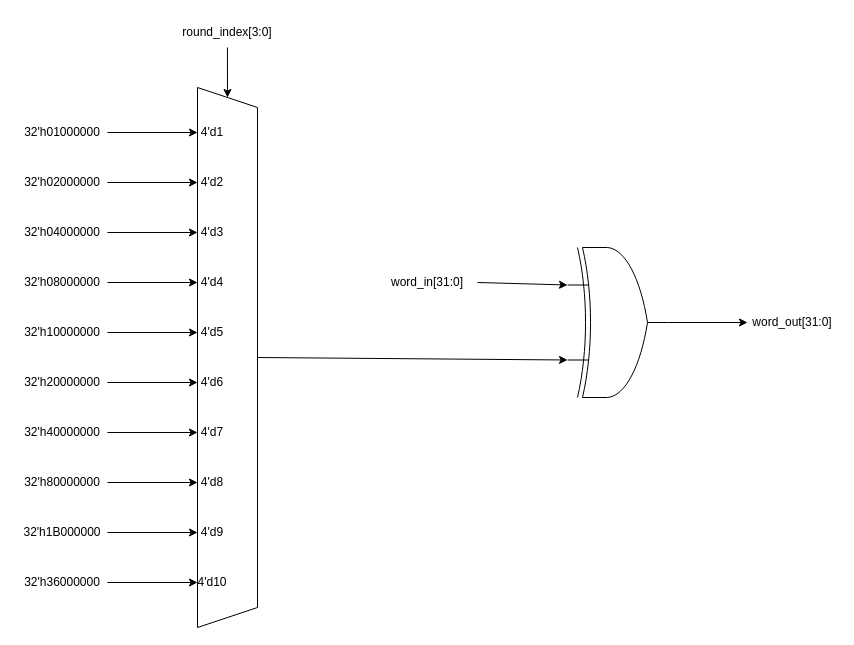
This is diagram/drawio/AddRcon Low.drawio from LQLManZz/AES128-Verilog, a draw.io file, before an edit. Source tidied: cells renumbered, new cells numbered last; positions are measured from the earlier drawing's top-left corner, leaving out a move shared by most shapes. Both pictures are drawn from the tidied source at 100%, with x=0, y=0 at pixel (-43, 17).
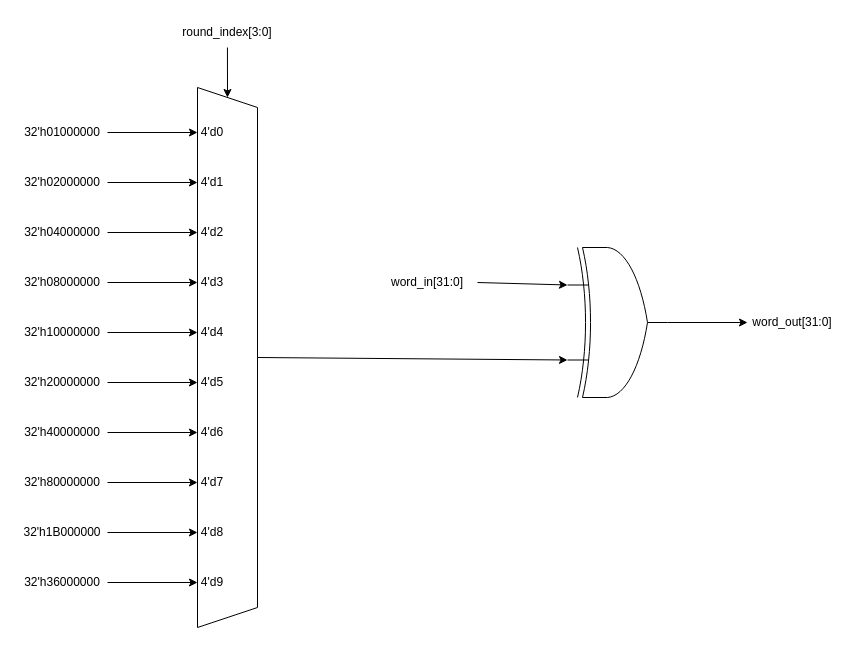
The same page after the edit.

Unchanged cells that the change refers to:
```xml
<mxCell id="6" style="group;" parent="1" vertex="1">
  <mxGeometry x="240" y="70" width="60" height="540" as="geometry" />
</mxCell>
```

Change to the diagram source:
```diff
@@
-    <mxCell id="8" value="4'd1" style="text;html=1;whiteSpace=wrap;strokeColor=none;fillColor=none;align=center;verticalAlign=middle;rounded=0;" parent="6" vertex="1">
+    <mxCell id="8" value="4'd0" style="text;html=1;whiteSpace=wrap;strokeColor=none;fillColor=none;align=center;verticalAlign=middle;rounded=0;" parent="6" vertex="1">
       <mxGeometry y="30" width="30" height="30" as="geometry" />
     </mxCell>
-    <mxCell id="9" value="4'd2" style="text;html=1;whiteSpace=wrap;strokeColor=none;fillColor=none;align=center;verticalAlign=middle;rounded=0;" parent="6" vertex="1">
+    <mxCell id="9" value="4'd1" style="text;html=1;whiteSpace=wrap;strokeColor=none;fillColor=none;align=center;verticalAlign=middle;rounded=0;" parent="6" vertex="1">
       <mxGeometry y="80" width="30" height="30" as="geometry" />
     </mxCell>
-    <mxCell id="10" value="4'd3" style="text;html=1;whiteSpace=wrap;strokeColor=none;fillColor=none;align=center;verticalAlign=middle;rounded=0;" parent="6" vertex="1">
+    <mxCell id="10" value="4'd2" style="text;html=1;whiteSpace=wrap;strokeColor=none;fillColor=none;align=center;verticalAlign=middle;rounded=0;" parent="6" vertex="1">
       <mxGeometry y="130" width="30" height="30" as="geometry" />
     </mxCell>
-    <mxCell id="11" value="4'd4" style="text;html=1;whiteSpace=wrap;strokeColor=none;fillColor=none;align=center;verticalAlign=middle;rounded=0;" parent="6" vertex="1">
+    <mxCell id="11" value="4'd3" style="text;html=1;whiteSpace=wrap;strokeColor=none;fillColor=none;align=center;verticalAlign=middle;rounded=0;" parent="6" vertex="1">
       <mxGeometry y="180" width="30" height="30" as="geometry" />
     </mxCell>
-    <mxCell id="12" value="4'd5" style="text;html=1;whiteSpace=wrap;strokeColor=none;fillColor=none;align=center;verticalAlign=middle;rounded=0;" parent="6" vertex="1">
+    <mxCell id="12" value="4'd4" style="text;html=1;whiteSpace=wrap;strokeColor=none;fillColor=none;align=center;verticalAlign=middle;rounded=0;" parent="6" vertex="1">
       <mxGeometry y="230" width="30" height="30" as="geometry" />
     </mxCell>
-    <mxCell id="13" value="4'd6" style="text;html=1;whiteSpace=wrap;strokeColor=none;fillColor=none;align=center;verticalAlign=middle;rounded=0;" parent="6" vertex="1">
+    <mxCell id="13" value="4'd5" style="text;html=1;whiteSpace=wrap;strokeColor=none;fillColor=none;align=center;verticalAlign=middle;rounded=0;" parent="6" vertex="1">
       <mxGeometry y="280" width="30" height="30" as="geometry" />
     </mxCell>
-    <mxCell id="14" value="4'd7" style="text;html=1;whiteSpace=wrap;strokeColor=none;fillColor=none;align=center;verticalAlign=middle;rounded=0;" parent="6" vertex="1">
+    <mxCell id="14" value="4'd6" style="text;html=1;whiteSpace=wrap;strokeColor=none;fillColor=none;align=center;verticalAlign=middle;rounded=0;" parent="6" vertex="1">
       <mxGeometry y="330" width="30" height="30" as="geometry" />
     </mxCell>
-    <mxCell id="15" value="4'd8" style="text;html=1;whiteSpace=wrap;strokeColor=none;fillColor=none;align=center;verticalAlign=middle;rounded=0;" parent="6" vertex="1">
+    <mxCell id="15" value="4'd7" style="text;html=1;whiteSpace=wrap;strokeColor=none;fillColor=none;align=center;verticalAlign=middle;rounded=0;" parent="6" vertex="1">
       <mxGeometry y="380" width="30" height="30" as="geometry" />
     </mxCell>
-    <mxCell id="16" value="4'd9" style="text;html=1;whiteSpace=wrap;strokeColor=none;fillColor=none;align=center;verticalAlign=middle;rounded=0;" parent="6" vertex="1">
+    <mxCell id="16" value="4'd8" style="text;html=1;whiteSpace=wrap;strokeColor=none;fillColor=none;align=center;verticalAlign=middle;rounded=0;" parent="6" vertex="1">
       <mxGeometry y="430" width="30" height="30" as="geometry" />
     </mxCell>
-    <mxCell id="17" value="4'd10" style="text;html=1;whiteSpace=wrap;strokeColor=none;fillColor=none;align=center;verticalAlign=middle;rounded=0;" parent="6" vertex="1">
+    <mxCell id="17" value="4'd9" style="text;html=1;whiteSpace=wrap;strokeColor=none;fillColor=none;align=center;verticalAlign=middle;rounded=0;" parent="6" vertex="1">
       <mxGeometry y="480" width="30" height="30" as="geometry" />
     </mxCell>
```
